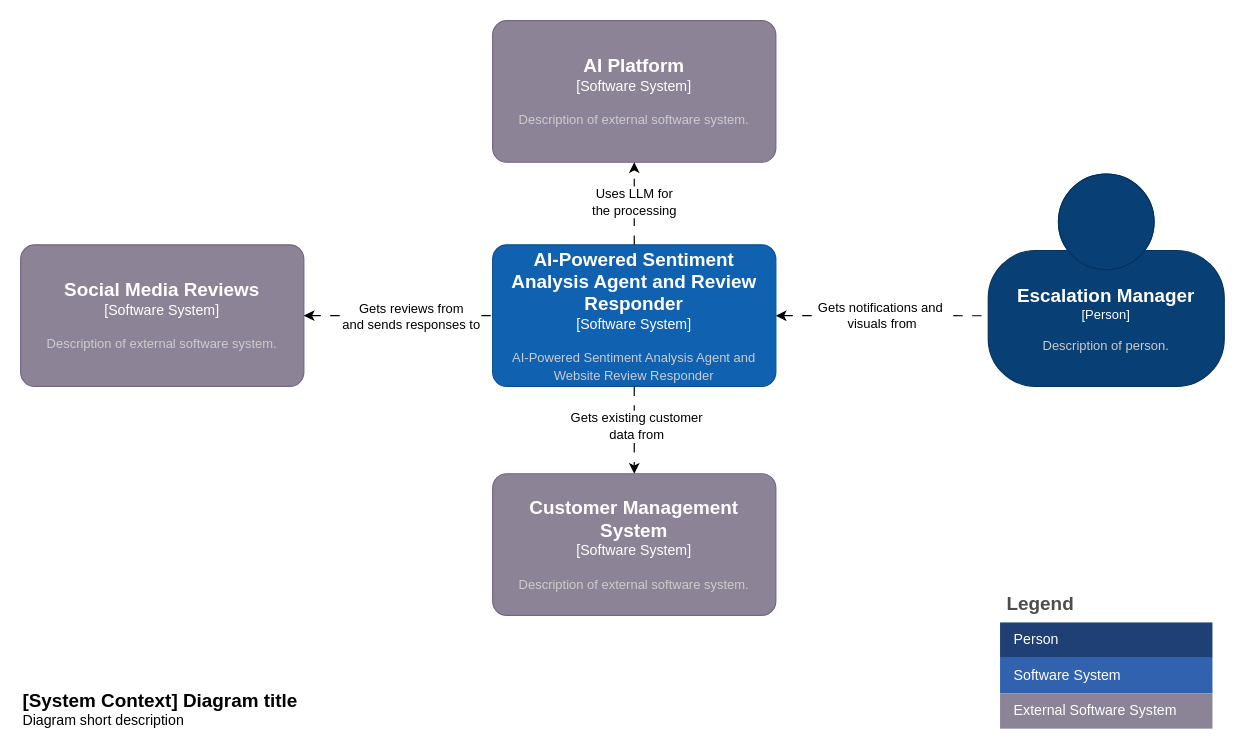
Above: page "context" (1 of 4) of docs/diagrams.drawio in fusion-platform-services/fps-blueprint-ai-sentiment-analysis-and-response (draw.io), before the change. Source tidied: cells renumbered, new cells numbered last; positions are measured from the earlier drawing's top-left corner, leaving out a move shared by most shapes. Both pictures are drawn from the tidied source at 118%, with x=0, y=0 at pixel (20, 20).
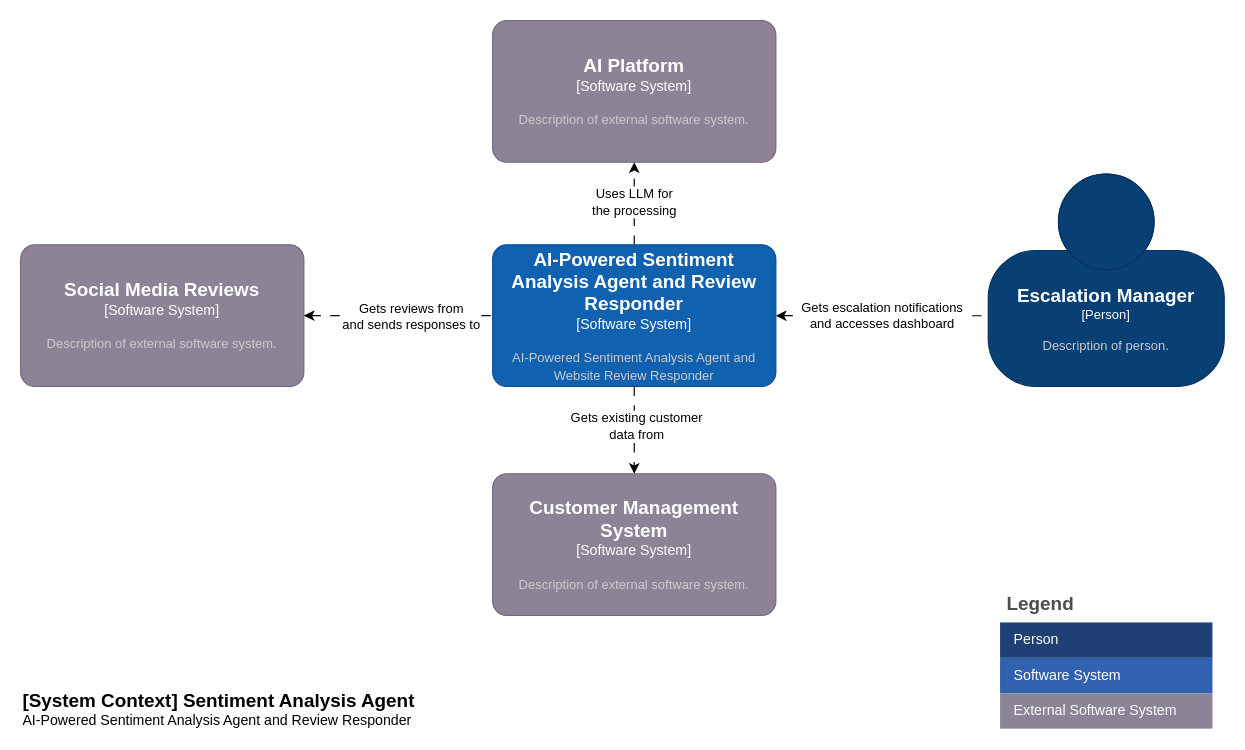
The same page after the edit.

Unchanged cells that the change refers to:
```xml
<object id="2" label="&lt;font style=&quot;font-size: 16px&quot;&gt;&lt;b&gt;%c4Name%&lt;/b&gt;&lt;/font&gt;&lt;div&gt;[%c4Type%]&lt;/div&gt;&lt;br&gt;&lt;div&gt;&lt;font style=&quot;font-size: 11px&quot;&gt;&lt;font color=&quot;#cccccc&quot;&gt;%c4Description%&lt;/font&gt;&lt;/div&gt;" c4Description="AI-Powered Sentiment Analysis Agent and Website Review Responder" c4Name="AI-Powered Sentiment Analysis Agent and Review Responder" c4Type="Software System" placeholders="1">
  <mxCell style="rounded=1;whiteSpace=wrap;html=1;labelBackgroundColor=none;fillColor=#1061B0;fontColor=#ffffff;align=center;arcSize=10;strokeColor=#0D5091;points=[[0.25,0,0],[0.5,0,0],[0.75,0,0],[1,0.25,0],[1,0.5,0],[1,0.75,0],[0.75,1,0],[0.5,1,0],[0.25,1,0],[0,0.75,0],[0,0.5,0],[0,0.25,0]];" parent="1" vertex="1">
    <mxGeometry x="400" y="190" width="240" height="120" as="geometry" />
  </mxCell>
</object>
<object id="10" label="&lt;font style=&quot;font-size: 16px&quot;&gt;&lt;b&gt;%c4Name%&lt;/b&gt;&lt;/font&gt;&lt;div&gt;[%c4Type%]&lt;/div&gt;&lt;br&gt;&lt;div&gt;&lt;font style=&quot;font-size: 11px&quot;&gt;&lt;font color=&quot;#cccccc&quot;&gt;%c4Description%&lt;/font&gt;&lt;/div&gt;" c4Description="Description of person." c4Name="Escalation Manager" c4Type="Person" placeholders="1">
  <mxCell style="html=1;fontSize=11;dashed=0;whiteSpace=wrap;fillColor=#083F75;strokeColor=#06315C;fontColor=#ffffff;shape=mxgraph.c4.person2;align=center;points=[[0.5,0,0],[1,0.5,0],[1,0.75,0],[0.75,1,0],[0.5,1,0],[0.25,1,0],[0,0.75,0],[0,0.5,0]];" parent="1" vertex="1">
    <mxGeometry x="820" y="130" width="200" height="180" as="geometry" />
  </mxCell>
</object>
```

What changed in the source:
```diff
@@
-    <mxCell id="17" value="Gets notifications and&amp;nbsp;&lt;div&gt;visuals from&lt;/div&gt;" style="edgeStyle=none;rounded=0;jettySize=auto;html=1;dashed=1;dashPattern=8 8;startArrow=classic;startFill=1;endArrow=none;endFill=0;entryX=0;entryY=0.667;entryDx=0;entryDy=0;entryPerimeter=0;" parent="1" edge="1" source="2" target="10">
+    <mxCell id="17" value="Gets escalation notifications &lt;br&gt;and accesses dashboard" style="edgeStyle=none;rounded=0;jettySize=auto;html=1;dashed=1;dashPattern=8 8;startArrow=classic;startFill=1;endArrow=none;endFill=0;entryX=0;entryY=0.667;entryDx=0;entryDy=0;entryPerimeter=0;" parent="1" edge="1" source="2" target="10">
       <mxGeometry relative="1" as="geometry" />
     </mxCell>
@@
-    <object id="19" label="&lt;font style=&quot;font-size: 16px&quot;&gt;&lt;b&gt;&lt;div style=&quot;text-align: left&quot;&gt;%c4Name%&lt;/div&gt;&lt;/b&gt;&lt;/font&gt;&lt;div style=&quot;text-align: left&quot;&gt;%c4Description%&lt;/div&gt;" c4Description="Diagram short description" c4Name="[System Context] Diagram title" placeholders="1">
+    <object id="19" label="&lt;font style=&quot;font-size: 16px&quot;&gt;&lt;b&gt;&lt;div style=&quot;text-align: left&quot;&gt;%c4Name%&lt;/div&gt;&lt;/b&gt;&lt;/font&gt;&lt;div style=&quot;text-align: left&quot;&gt;%c4Description%&lt;/div&gt;" c4Description="AI-Powered Sentiment Analysis Agent and Review Responder" c4Name="[System Context] Sentiment Analysis Agent" placeholders="1">
       <mxCell style="text;html=1;strokeColor=none;fillColor=none;align=left;verticalAlign=top;whiteSpace=wrap;rounded=0;" parent="1" vertex="1">
-        <mxGeometry y="560" width="260" height="40" as="geometry" />
+        <mxGeometry y="560" width="380" height="40" as="geometry" />
       </mxCell>
     </object>
```
